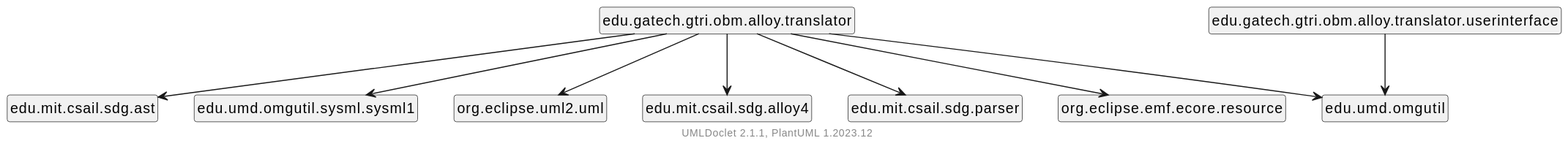
ontological-behavior-modeling/tester keeps this PlantUML diagram as package-dependencies.svg. Above is the earlier version.
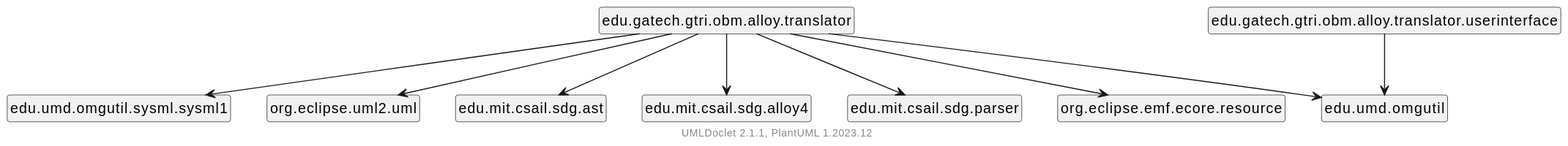
Later version of the same file.

What changed in the source:
```diff
@@ -5,9 +5,9 @@
     hide empty fields
     hide empty methods
 
-    edu.gatech.gtri.obm.alloy.translator --> edu.mit.csail.sdg.ast
     edu.gatech.gtri.obm.alloy.translator --> edu.umd.omgutil.sysml.sysml1
     edu.gatech.gtri.obm.alloy.translator --> org.eclipse.uml2.uml
+    edu.gatech.gtri.obm.alloy.translator --> edu.mit.csail.sdg.ast
     edu.gatech.gtri.obm.alloy.translator --> edu.mit.csail.sdg.alloy4
     edu.gatech.gtri.obm.alloy.translator --> edu.mit.csail.sdg.parser
     edu.gatech.gtri.obm.alloy.translator --> org.eclipse.emf.ecore.resource
```
